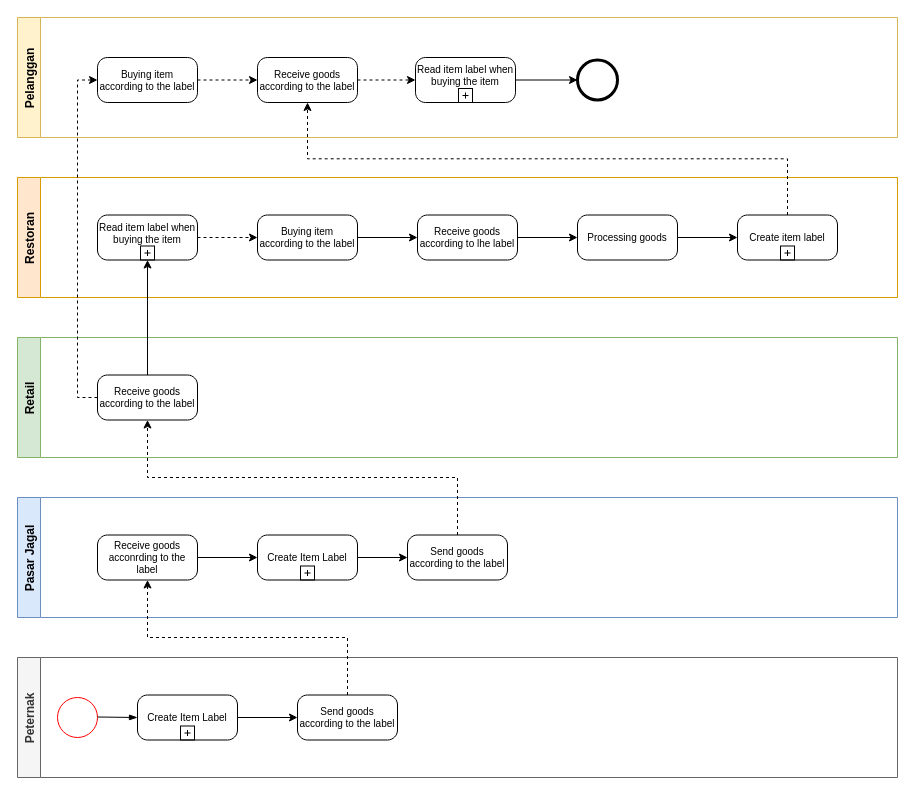
Earlier version of the draw.io diagram BPMN_Ternak_English(No Produce).drawio (hanggaa/Diagram). Source tidied: cells renumbered, new cells numbered last; positions are measured from the earlier drawing's top-left corner, leaving out a move shared by most shapes. Both pictures are drawn from the tidied source at 100%, with x=0, y=0 at pixel (17, 17).
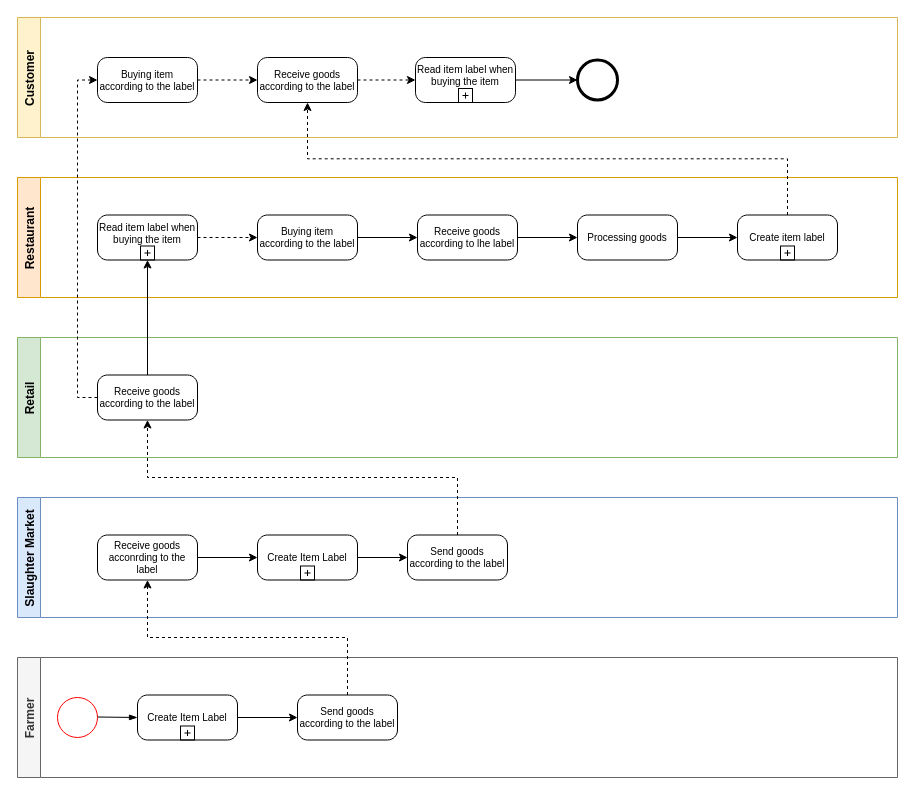
The same page after the edit.

The edit, as a diff of the source:
```diff
@@
-    <mxCell id="2" value="Pasar Jagal" style="swimlane;horizontal=0;fillColor=#dae8fc;strokeColor=#6c8ebf;startSize=23;" parent="1" vertex="1">
+    <mxCell id="2" value="Slaughter Market" style="swimlane;horizontal=0;fillColor=#dae8fc;strokeColor=#6c8ebf;startSize=23;" parent="1" vertex="1">
       <mxGeometry y="480" width="880" height="120" as="geometry" />
     </mxCell>
@@
-    <mxCell id="10" value="Restoran" style="swimlane;horizontal=0;startSize=23;fillColor=#ffe6cc;strokeColor=#d79b00;" parent="1" vertex="1">
+    <mxCell id="10" value="Restaurant" style="swimlane;horizontal=0;startSize=23;fillColor=#ffe6cc;strokeColor=#d79b00;" parent="1" vertex="1">
       <mxGeometry y="160" width="880" height="120" as="geometry" />
     </mxCell>
@@
-    <mxCell id="20" value="Peternak" style="swimlane;horizontal=0;startSize=23;fillColor=#f5f5f5;fontColor=#333333;strokeColor=#666666;" parent="1" vertex="1">
+    <mxCell id="20" value="Farmer" style="swimlane;horizontal=0;startSize=23;fillColor=#f5f5f5;fontColor=#333333;strokeColor=#666666;" parent="1" vertex="1">
       <mxGeometry y="640" width="880" height="120" as="geometry" />
     </mxCell>
@@
-    <mxCell id="28" value="Pelanggan" style="swimlane;horizontal=0;startSize=23;fillColor=#fff2cc;strokeColor=#d6b656;" parent="1" vertex="1">
+    <mxCell id="28" value="Customer" style="swimlane;horizontal=0;startSize=23;fillColor=#fff2cc;strokeColor=#d6b656;" parent="1" vertex="1">
       <mxGeometry width="880" height="120" as="geometry" />
     </mxCell>
```
